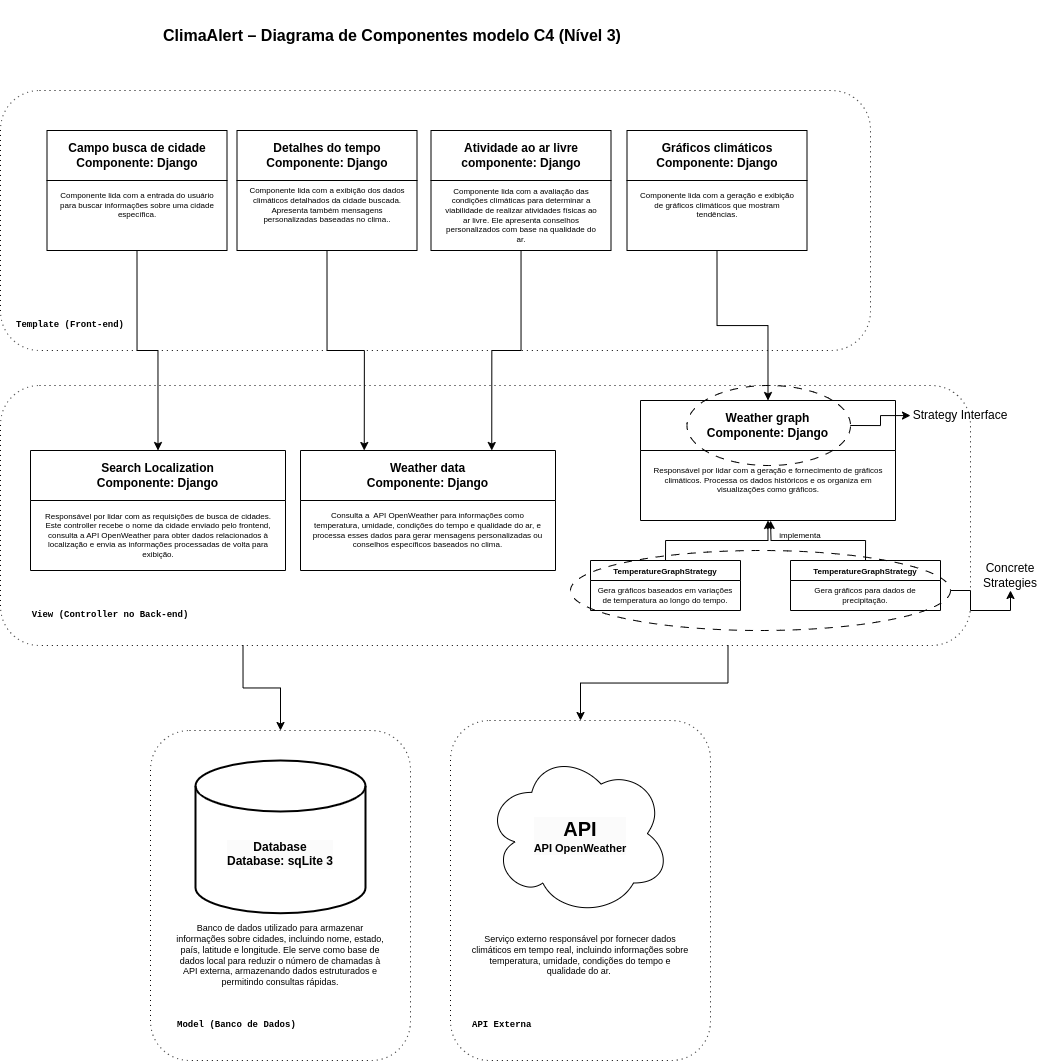
The draw.io diagram images/diagrama-de-componentes.png in viniguedes29/ClimaAlert, before a commit. Source tidied: cells renumbered, new cells last; positions are measured from the earlier drawing's top-left corner, leaving out a move shared by most shapes.
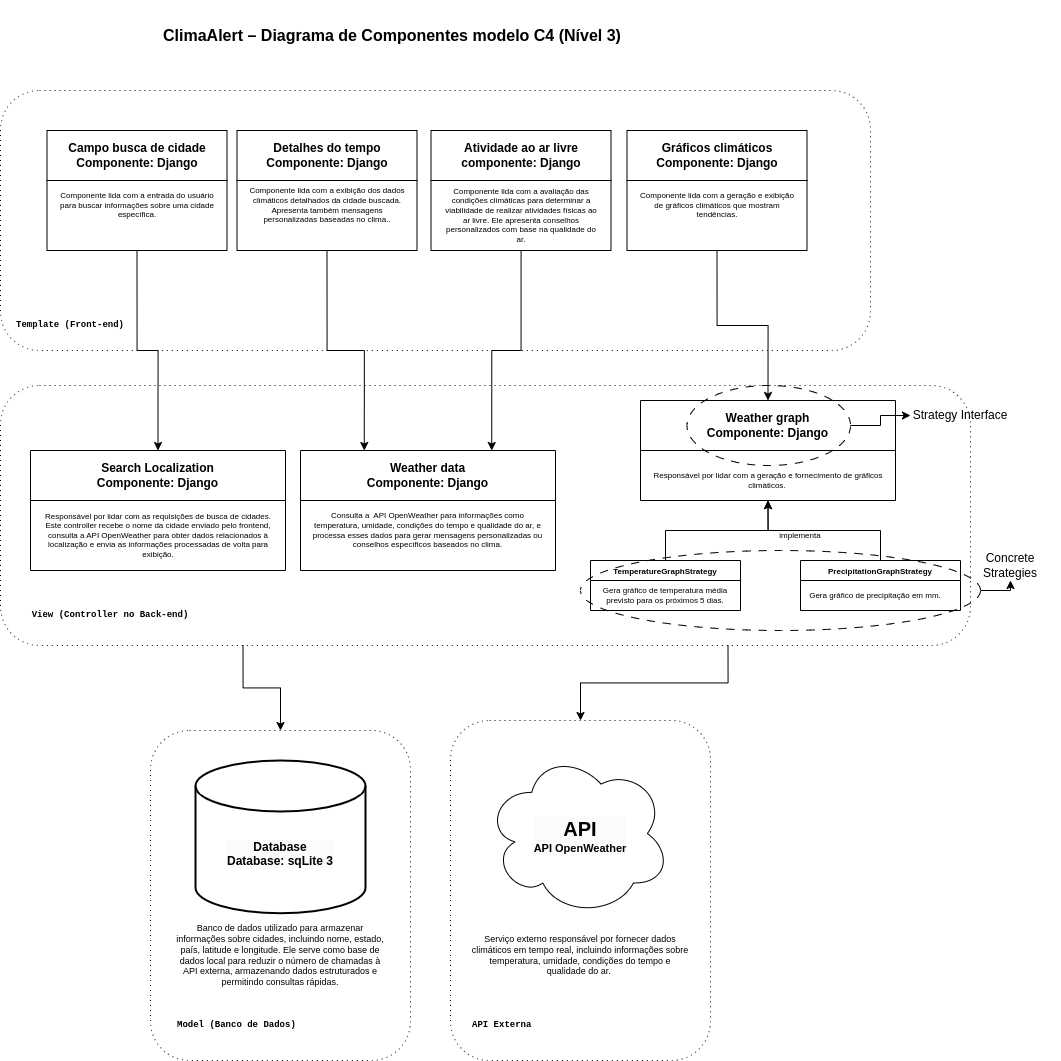
Later version of the same file.

What changed in the source:
```diff
@@ -2,15 +2,15 @@
   <root>
     <mxCell id="0" />
     <mxCell id="1" parent="0" />
-    <mxCell id="2" style="edgeStyle=orthogonalEdgeStyle;rounded=0;jettySize=auto;html=1;exitX=0.25;exitY=1;exitDx=0;exitDy=0;entryX=0.5;entryY=0;entryDx=0;entryDy=0;" parent="1" edge="1" source="4" target="25">
-      <mxGeometry relative="1" as="geometry" />
-    </mxCell>
-    <mxCell id="3" style="edgeStyle=orthogonalEdgeStyle;rounded=0;jettySize=auto;html=1;exitX=0.75;exitY=1;exitDx=0;exitDy=0;entryX=0.5;entryY=0;entryDx=0;entryDy=0;" parent="1" edge="1" source="4" target="29">
-      <mxGeometry relative="1" as="geometry" />
-    </mxCell>
-    <mxCell id="4" style="rounded=1;whiteSpace=wrap;html=1;fillColor=none;dashed=1;dashPattern=1 4;" parent="1" vertex="1">
-      <mxGeometry y="385" width="970" height="260" as="geometry" />
-    </mxCell>
+    <mxCell id="51" style="edgeStyle=orthogonalEdgeStyle;rounded=0;jettySize=auto;html=1;exitX=0.25;exitY=1;exitDx=0;exitDy=0;entryX=0.5;entryY=0;entryDx=0;entryDy=0;" parent="1" edge="1" source="53" target="56">
+      <mxGeometry relative="1" as="geometry" />
+    </mxCell>
+    <mxCell id="52" style="edgeStyle=orthogonalEdgeStyle;rounded=0;jettySize=auto;html=1;exitX=0.75;exitY=1;exitDx=0;exitDy=0;entryX=0.5;entryY=0;entryDx=0;entryDy=0;" parent="1" edge="1" source="53" target="58">
+      <mxGeometry relative="1" as="geometry" />
+    </mxCell>
+    <mxCell id="53" style="rounded=1;whiteSpace=wrap;html=1;fillColor=none;dashed=1;dashPattern=1 4;" parent="1" vertex="1">
+      <mxGeometry y="385" width="970" height="260" as="geometry" />
+    </mxCell>
     <mxCell id="5" style="edgeStyle=orthogonalEdgeStyle;rounded=0;jettySize=auto;html=1;exitX=0.5;exitY=1;exitDx=0;exitDy=0;entryX=0.5;entryY=0;entryDx=0;entryDy=0;" parent="1" edge="1" source="6" target="17">
       <mxGeometry relative="1" as="geometry" />
     </mxCell>
@@ -60,39 +60,39 @@
       <mxGeometry x="11.2" y="70" width="232.5" height="20" as="geometry" />
     </mxCell>
     <mxCell id="21" value="&lt;div&gt;Weather graph&lt;/div&gt;&lt;div&gt;Componente: Django&lt;/div&gt;" style="swimlane;whiteSpace=wrap;html=1;startSize=50;" parent="1" vertex="1">
-      <mxGeometry x="640" y="400" width="255" height="120" as="geometry" />
+      <mxGeometry x="640" y="400" width="255" height="100" as="geometry" />
     </mxCell>
-    <mxCell id="22" value="&lt;div&gt;Responsável por lidar com a geração e fornecimento de gráficos climáticos. Processa os dados históricos e os organiza em visualizações como gráficos.&lt;/div&gt;" style="text;html=1;align=center;verticalAlign=middle;whiteSpace=wrap;rounded=0;fontSize=8;" parent="21" vertex="1">
-      <mxGeometry x="7.5" y="70" width="240" height="20" as="geometry" />
-    </mxCell>
+    <mxCell id="54" value="&lt;div&gt;Responsável por lidar com a geração e fornecimento de gráficos climáticos.&amp;nbsp;&lt;/div&gt;" style="text;html=1;align=center;verticalAlign=middle;whiteSpace=wrap;rounded=0;fontSize=8;" parent="21" vertex="1">
+      <mxGeometry x="7.5" y="70" width="240" height="20" as="geometry" />
+    </mxCell>
     <mxCell id="23" style="ellipse;whiteSpace=wrap;html=1;fillColor=none;dashed=1;dashPattern=8 8;" parent="21" vertex="1">
       <mxGeometry x="46.5" y="-15" width="163.5" height="80" as="geometry" />
     </mxCell>
-    <mxCell id="24" style="rounded=1;whiteSpace=wrap;html=1;fillColor=none;dashed=1;dashPattern=1 4;" parent="1" vertex="1">
-      <mxGeometry y="90" width="870" height="260" as="geometry" />
-    </mxCell>
-    <mxCell id="25" style="rounded=1;whiteSpace=wrap;html=1;fillColor=none;dashed=1;dashPattern=1 4;" parent="1" vertex="1">
-      <mxGeometry x="150" y="730" width="260" height="330" as="geometry" />
-    </mxCell>
-    <mxCell id="26" style="strokeWidth=2;html=1;shape=mxgraph.flowchart.database;whiteSpace=wrap;" parent="1" vertex="1">
-      <mxGeometry x="195" y="760" width="170" height="152.7" as="geometry" />
-    </mxCell>
+    <mxCell id="55" style="rounded=1;whiteSpace=wrap;html=1;fillColor=none;dashed=1;dashPattern=1 4;" parent="1" vertex="1">
+      <mxGeometry y="90" width="870" height="260" as="geometry" />
+    </mxCell>
+    <mxCell id="56" style="rounded=1;whiteSpace=wrap;html=1;fillColor=none;dashed=1;dashPattern=1 4;" parent="1" vertex="1">
+      <mxGeometry x="150" y="730" width="260" height="330" as="geometry" />
+    </mxCell>
+    <mxCell id="57" style="strokeWidth=2;html=1;shape=mxgraph.flowchart.database;whiteSpace=wrap;" parent="1" vertex="1">
+      <mxGeometry x="195" y="760" width="170" height="152.7" as="geometry" />
+    </mxCell>
     <mxCell id="27" value="&lt;div style=&quot;forced-color-adjust: none; color: rgb(0, 0, 0); font-family: Helvetica; font-size: 12px; font-style: normal; font-variant-ligatures: normal; font-variant-caps: normal; font-weight: 700; letter-spacing: normal; orphans: 2; text-indent: 0px; text-transform: none; widows: 2; word-spacing: 0px; -webkit-text-stroke-width: 0px; white-space: normal; background-color: rgb(251, 251, 251); text-decoration-thickness: initial; text-decoration-style: initial; text-decoration-color: initial;&quot;&gt;Database&lt;/div&gt;&lt;div style=&quot;forced-color-adjust: none; color: rgb(0, 0, 0); font-family: Helvetica; font-size: 12px; font-style: normal; font-variant-ligatures: normal; font-variant-caps: normal; font-weight: 700; letter-spacing: normal; orphans: 2; text-indent: 0px; text-transform: none; widows: 2; word-spacing: 0px; -webkit-text-stroke-width: 0px; white-space: normal; background-color: rgb(251, 251, 251); text-decoration-thickness: initial; text-decoration-style: initial; text-decoration-color: initial;&quot;&gt;Database: sqLite 3&lt;/div&gt;" style="text;whiteSpace=wrap;html=1;align=center;" parent="1" vertex="1">
       <mxGeometry x="205" y="833.2" width="150" height="63.6" as="geometry" />
     </mxCell>
     <mxCell id="28" value="Banco de dados utilizado para armazenar informações sobre cidades, incluindo nome, estado, país, latitude e longitude. Ele serve como base de dados local para reduzir o número de chamadas à API externa, armazenando dados estruturados e permitindo consultas rápidas." style="text;html=1;align=center;verticalAlign=middle;whiteSpace=wrap;rounded=0;fontSize=9;" parent="1" vertex="1">
       <mxGeometry x="175" y="920" width="210" height="70" as="geometry" />
     </mxCell>
-    <mxCell id="29" style="rounded=1;whiteSpace=wrap;html=1;fillColor=none;dashed=1;dashPattern=1 4;" parent="1" vertex="1">
-      <mxGeometry x="450" y="720" width="260" height="340" as="geometry" />
-    </mxCell>
-    <mxCell id="30" style="group;" parent="1" vertex="1">
-      <mxGeometry x="485" y="750.7" width="190" height="171.4" as="geometry" />
-    </mxCell>
+    <mxCell id="58" style="rounded=1;whiteSpace=wrap;html=1;fillColor=none;dashed=1;dashPattern=1 4;" parent="1" vertex="1">
+      <mxGeometry x="450" y="720" width="260" height="340" as="geometry" />
+    </mxCell>
+    <mxCell id="59" style="group;" parent="1" vertex="1">
+      <mxGeometry x="485" y="750.7" width="190" height="171.4" as="geometry" />
+    </mxCell>
-    <mxCell id="31" style="ellipse;shape=cloud;whiteSpace=wrap;html=1;" parent="30" vertex="1">
+    <mxCell id="31" style="ellipse;shape=cloud;whiteSpace=wrap;html=1;" parent="59" vertex="1">
       <mxGeometry width="185" height="164.8" as="geometry" />
     </mxCell>
-    <mxCell id="32" value="&lt;div style=&quot;forced-color-adjust: none; color: rgb(0, 0, 0); font-family: Helvetica; font-style: normal; font-variant-ligatures: normal; font-variant-caps: normal; font-weight: 700; letter-spacing: normal; orphans: 2; text-indent: 0px; text-transform: none; widows: 2; word-spacing: 0px; -webkit-text-stroke-width: 0px; white-space: normal; background-color: rgb(251, 251, 251); text-decoration-thickness: initial; text-decoration-style: initial; text-decoration-color: initial;&quot;&gt;&lt;font style=&quot;font-size: 20px;&quot;&gt;API&lt;/font&gt;&lt;/div&gt;&lt;div style=&quot;forced-color-adjust: none; orphans: 2; text-indent: 0px; widows: 2; background-color: rgb(251, 251, 251); text-decoration-thickness: initial; text-decoration-style: initial; text-decoration-color: initial;&quot;&gt;&lt;font size=&quot;1&quot; style=&quot;&quot;&gt;&lt;b style=&quot;font-size: 11px;&quot;&gt;API OpenWeather&lt;/b&gt;&lt;/font&gt;&lt;/div&gt;" style="text;whiteSpace=wrap;html=1;align=center;" parent="30" vertex="1">
+    <mxCell id="32" value="&lt;div style=&quot;forced-color-adjust: none; color: rgb(0, 0, 0); font-family: Helvetica; font-style: normal; font-variant-ligatures: normal; font-variant-caps: normal; font-weight: 700; letter-spacing: normal; orphans: 2; text-indent: 0px; text-transform: none; widows: 2; word-spacing: 0px; -webkit-text-stroke-width: 0px; white-space: normal; background-color: rgb(251, 251, 251); text-decoration-thickness: initial; text-decoration-style: initial; text-decoration-color: initial;&quot;&gt;&lt;font style=&quot;font-size: 20px;&quot;&gt;API&lt;/font&gt;&lt;/div&gt;&lt;div style=&quot;forced-color-adjust: none; orphans: 2; text-indent: 0px; widows: 2; background-color: rgb(251, 251, 251); text-decoration-thickness: initial; text-decoration-style: initial; text-decoration-color: initial;&quot;&gt;&lt;font size=&quot;1&quot; style=&quot;&quot;&gt;&lt;b style=&quot;font-size: 11px;&quot;&gt;API OpenWeather&lt;/b&gt;&lt;/font&gt;&lt;/div&gt;" style="text;whiteSpace=wrap;html=1;align=center;" parent="59" vertex="1">
       <mxGeometry y="59.3" width="190" height="112" as="geometry" />
     </mxCell>
     <mxCell id="33" value="Serviço externo responsável por fornecer dados climáticos em tempo real, incluindo informações sobre temperatura, umidade, condições do tempo e qualidade do ar.&amp;nbsp;" style="text;html=1;align=center;verticalAlign=middle;whiteSpace=wrap;rounded=0;fontSize=9;" parent="1" vertex="1">
@@ -113,26 +113,27 @@
     <mxCell id="38" value="API Externa" style="text;html=1;align=left;verticalAlign=middle;whiteSpace=wrap;rounded=0;fontFamily=Courier New;fontSize=9;fontStyle=1;" parent="1" vertex="1">
       <mxGeometry x="470" y="1010" width="160" height="30" as="geometry" />
     </mxCell>
-    <mxCell id="39" style="edgeStyle=orthogonalEdgeStyle;rounded=0;jettySize=auto;html=1;exitX=0.5;exitY=0;exitDx=0;exitDy=0;entryX=0.5;entryY=1;entryDx=0;entryDy=0;" parent="1" edge="1" source="40" target="21">
-      <mxGeometry relative="1" as="geometry" />
-    </mxCell>
-    <mxCell id="40" value="&lt;font style=&quot;font-size: 8px;&quot;&gt;TemperatureGraphStrategy&lt;/font&gt;" style="swimlane;whiteSpace=wrap;html=1;startSize=20;" parent="1" vertex="1">
-      <mxGeometry x="590" y="560" width="150" height="50" as="geometry" />
-    </mxCell>
-    <mxCell id="41" value="&lt;div&gt;Gera gráficos baseados em variações de temperatura ao longo do tempo.&lt;/div&gt;" style="text;html=1;align=center;verticalAlign=middle;whiteSpace=wrap;rounded=0;fontSize=8;" parent="40" vertex="1">
-      <mxGeometry x="5" y="30" width="140" height="10" as="geometry" />
-    </mxCell>
-    <mxCell id="42" style="edgeStyle=orthogonalEdgeStyle;rounded=0;jettySize=auto;html=1;exitX=0.5;exitY=0;exitDx=0;exitDy=0;" parent="1" edge="1" source="43">
-      <mxGeometry relative="1" as="geometry">
-        <mxPoint x="770" y="520" as="targetPoint" />
-      </mxGeometry>
-    </mxCell>
-    <mxCell id="43" value="&lt;font style=&quot;font-size: 8px;&quot;&gt;TemperatureGraphStrategy&lt;/font&gt;" style="swimlane;whiteSpace=wrap;html=1;startSize=20;" parent="1" vertex="1">
-      <mxGeometry x="790" y="560" width="150" height="50" as="geometry" />
-    </mxCell>
-    <mxCell id="44" value="&lt;div&gt;Gera gráficos para dados de precipitação.&lt;/div&gt;" style="text;html=1;align=center;verticalAlign=middle;whiteSpace=wrap;rounded=0;fontSize=8;" parent="43" vertex="1">
-      <mxGeometry x="5" y="30" width="140" height="10" as="geometry" />
-    </mxCell>
+    <mxCell id="60" style="edgeStyle=orthogonalEdgeStyle;rounded=0;jettySize=auto;html=1;exitX=0.5;exitY=0;exitDx=0;exitDy=0;entryX=0.5;entryY=1;entryDx=0;entryDy=0;" parent="1" edge="1" source="61" target="21">
+      <mxGeometry relative="1" as="geometry" />
+    </mxCell>
+    <mxCell id="61" value="&lt;font style=&quot;font-size: 8px;&quot;&gt;TemperatureGraphStrategy&lt;/font&gt;" style="swimlane;whiteSpace=wrap;html=1;startSize=20;" parent="1" vertex="1">
+      <mxGeometry x="590" y="560" width="150" height="50" as="geometry" />
+    </mxCell>
+    <mxCell id="62" value="&lt;div&gt;Gera gráfico de temperatura média previsto para os próximos 5 dias.&lt;/div&gt;" style="text;html=1;align=center;verticalAlign=middle;whiteSpace=wrap;rounded=0;fontSize=8;" parent="61" vertex="1">
+      <mxGeometry x="5" y="30" width="140" height="10" as="geometry" />
+    </mxCell>
+    <mxCell id="63" style="edgeStyle=orthogonalEdgeStyle;rounded=0;jettySize=auto;html=1;exitX=0.5;exitY=0;exitDx=0;exitDy=0;entryX=0.5;entryY=1;entryDx=0;entryDy=0;" parent="1" edge="1" source="64" target="21">
+      <mxGeometry relative="1" as="geometry" />
+    </mxCell>
+    <mxCell id="64" value="&lt;font style=&quot;font-size: 8px;&quot;&gt;PrecipitationGraphStrategy&lt;/font&gt;" style="swimlane;whiteSpace=wrap;html=1;startSize=20;" parent="1" vertex="1">
+      <mxGeometry x="800" y="560" width="160" height="50" as="geometry" />
+    </mxCell>
+    <mxCell id="65" value="&lt;div&gt;Gera gráfico de precipitação em mm.&lt;/div&gt;" style="text;html=1;align=center;verticalAlign=middle;whiteSpace=wrap;rounded=0;fontSize=8;" parent="64" vertex="1">
+      <mxGeometry x="5" y="30" width="140" height="10" as="geometry" />
+    </mxCell>
+    <mxCell id="66" style="ellipse;whiteSpace=wrap;html=1;fillColor=none;dashed=1;dashPattern=8 8;" parent="64" vertex="1">
+      <mxGeometry x="-220" y="-10" width="400" height="80" as="geometry" />
+    </mxCell>
     <mxCell id="45" value="&lt;div&gt;implementa&lt;/div&gt;" style="text;html=1;align=center;verticalAlign=middle;whiteSpace=wrap;rounded=0;fontSize=8;" parent="1" vertex="1">
       <mxGeometry x="730" y="530" width="140" height="10" as="geometry" />
     </mxCell>
@@ -140,14 +141,15 @@
       <mxGeometry x="910" y="400" width="100" height="30" as="geometry" />
     </mxCell>
     <mxCell id="47" value="Concrete Strategies" style="text;html=1;align=center;verticalAlign=middle;whiteSpace=wrap;rounded=0;" parent="1" vertex="1">
-      <mxGeometry x="960" y="560" width="100" height="30" as="geometry" />
+      <mxGeometry x="960" y="550" width="100" height="30" as="geometry" />
     </mxCell>
-    <mxCell id="48" style="edgeStyle=orthogonalEdgeStyle;rounded=0;jettySize=auto;html=1;exitX=1;exitY=0.5;exitDx=0;exitDy=0;entryX=0.5;entryY=1;entryDx=0;entryDy=0;" parent="1" edge="1" source="49" target="47">
-      <mxGeometry relative="1" as="geometry" />
-    </mxCell>
-    <mxCell id="49" style="ellipse;whiteSpace=wrap;html=1;fillColor=none;dashed=1;dashPattern=8 8;" parent="1" vertex="1">
-      <mxGeometry x="570" y="550" width="380" height="80" as="geometry" />
-    </mxCell>
+    <mxCell id="67" style="edgeStyle=orthogonalEdgeStyle;rounded=0;jettySize=auto;html=1;exitX=1;exitY=0.5;exitDx=0;exitDy=0;entryX=0.5;entryY=1;entryDx=0;entryDy=0;" parent="1" edge="1" source="66" target="47">
+      <mxGeometry relative="1" as="geometry">
+        <Array as="points">
+          <mxPoint x="1010" y="590" />
+        </Array>
+      </mxGeometry>
+    </mxCell>
     <mxCell id="50" style="edgeStyle=orthogonalEdgeStyle;rounded=0;jettySize=auto;html=1;exitX=1;exitY=0.5;exitDx=0;exitDy=0;" parent="1" edge="1" source="23" target="46">
       <mxGeometry relative="1" as="geometry" />
     </mxCell>
```
